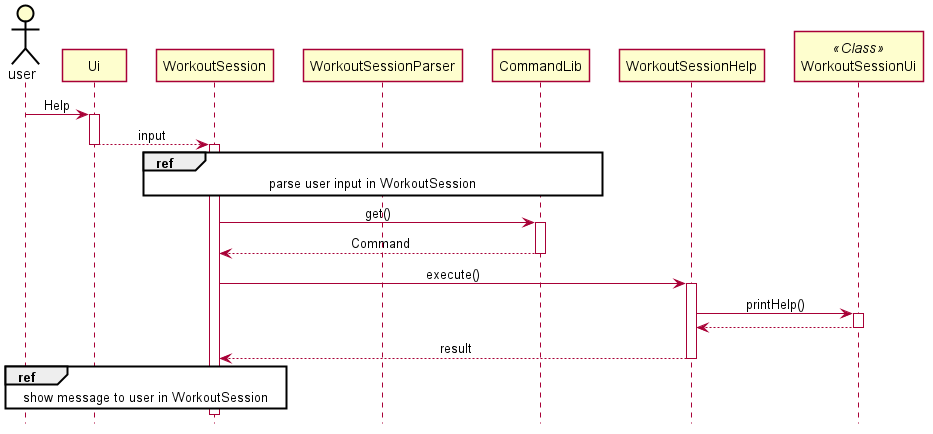
This is docs/pictures/jinyang/WokroutSessionHelp.png from zsk612/tp, a PlantUML export, as it was before one commit.
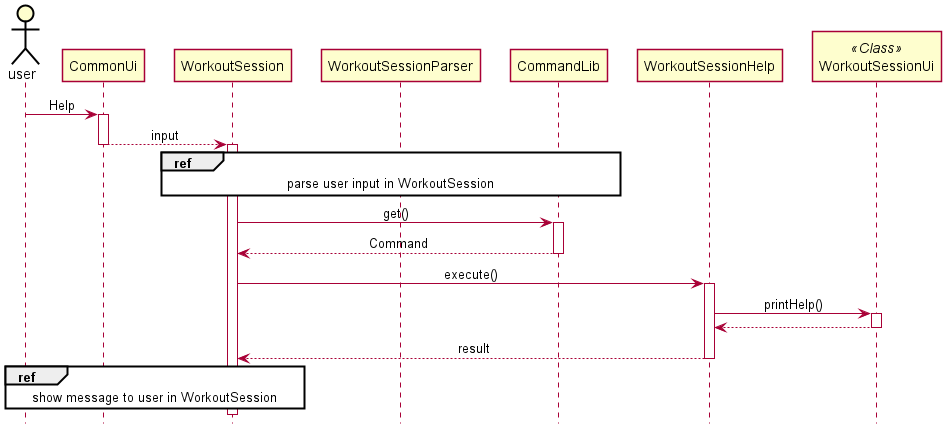
Above is the later version.

Change to the diagram source:
```diff
@@ -5,9 +5,9 @@
 
 
 skinparam Class {
-    FontColor #FFFFFF
+    FontColor #000000
     BorderThickness 1
-    BorderColor #FFFFFF
+    BorderColor #000000
     StereotypeFontColor #FFFFFF
     FontName Arial
 }
@@ -42,8 +42,8 @@
 hide circle
 
 actor user
-user -> Ui++ : Help
-Ui --> WorkoutSession -- : input
+user -> CommonUi++ : Help
+CommonUi --> WorkoutSession -- : input
 
 activate WorkoutSession
 
@@ -65,5 +65,5 @@
 WorkoutSessionHelp --> WorkoutSession : result
 deactivate WorkoutSessionHelp
 
-ref over WorkoutSession, Ui, user: show message to user in WorkoutSession
+ref over WorkoutSession, CommonUi, user: show message to user in WorkoutSession
 @enduml
```
